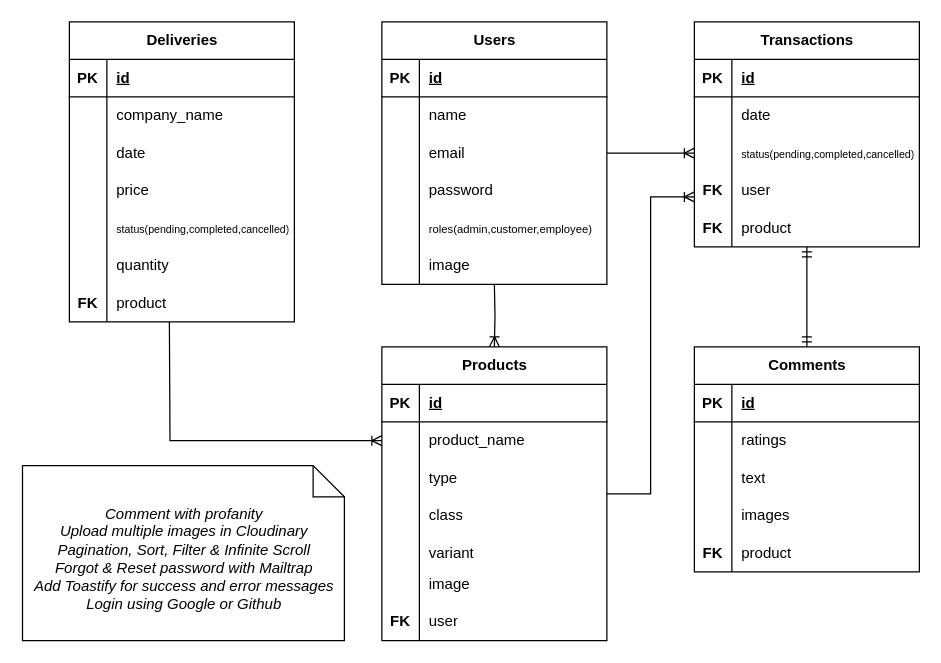
yslaa/Plant-Haven-Api keeps this draw.io diagram as erd/PlantHaven-ERD-V1.drawio. Above is the earlier version. Source tidied: cells renumbered, new cells numbered last; positions are measured from the earlier drawing's top-left corner, leaving out a move shared by most shapes. Both pictures are drawn from the tidied source at 125%, with x=0, y=0 at pixel (21, 21).
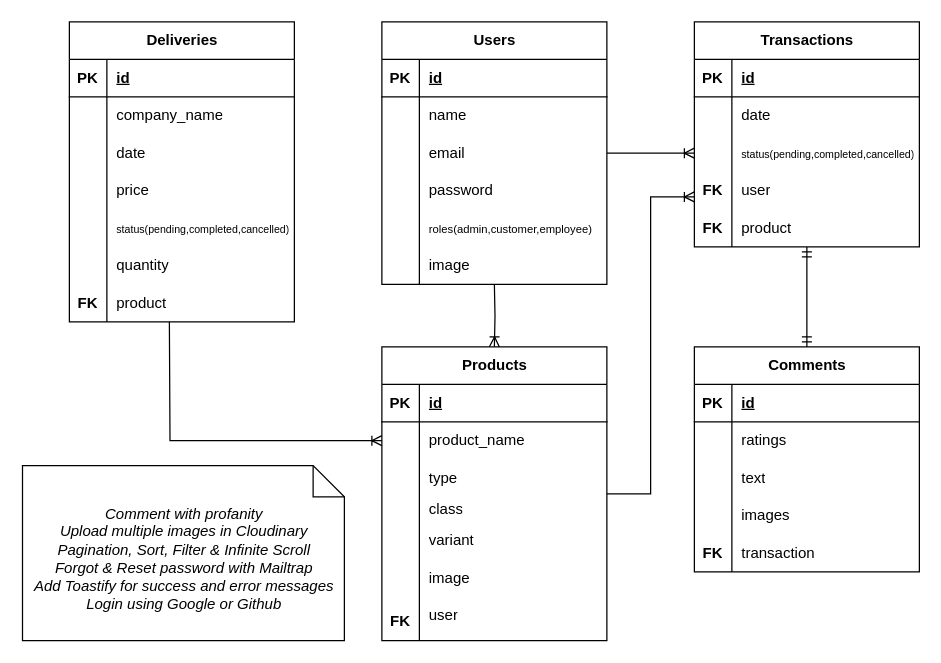
Above is the later version.

Diff of the diagram source:
```diff
@@
     <mxCell id="49" value="class" style="shape=partialRectangle;fillColor=none;top=0;left=0;bottom=0;right=0;align=left;spacingLeft=6;overflow=hidden;whiteSpace=wrap;html=1;" parent="1" vertex="1">
-      <mxGeometry x="318" y="380" width="150" height="30" as="geometry" />
+      <mxGeometry x="318" y="375" width="150" height="30" as="geometry" />
     </mxCell>
     <mxCell id="50" value="&lt;font style=&quot;font-size: 12px;&quot;&gt;variant&lt;/font&gt;" style="shape=partialRectangle;fillColor=none;top=0;left=0;bottom=0;right=0;align=left;spacingLeft=6;overflow=hidden;whiteSpace=wrap;html=1;" parent="1" vertex="1">
-      <mxGeometry x="318" y="410" width="150" height="30" as="geometry" />
+      <mxGeometry x="318" y="400" width="150" height="30" as="geometry" />
     </mxCell>
     <mxCell id="51" value="image" style="shape=partialRectangle;fillColor=none;top=0;left=0;bottom=0;right=0;align=left;spacingLeft=6;overflow=hidden;whiteSpace=wrap;html=1;" parent="1" vertex="1">
-      <mxGeometry x="318" y="435" width="150" height="30" as="geometry" />
+      <mxGeometry x="318" y="430" width="150" height="30" as="geometry" />
     </mxCell>
     <mxCell id="52" value="user" style="shape=partialRectangle;fillColor=none;top=0;left=0;bottom=0;right=0;align=left;spacingLeft=6;overflow=hidden;whiteSpace=wrap;html=1;" parent="1" vertex="1">
-      <mxGeometry x="318" y="465" width="150" height="30" as="geometry" />
+      <mxGeometry x="318" y="460" width="150" height="30" as="geometry" />
     </mxCell>
@@
-    <mxCell id="85" value="product" style="shape=partialRectangle;fillColor=none;top=0;left=0;bottom=0;right=0;align=left;spacingLeft=6;overflow=hidden;whiteSpace=wrap;html=1;" parent="1" vertex="1">
+    <mxCell id="85" value="transaction" style="shape=partialRectangle;fillColor=none;top=0;left=0;bottom=0;right=0;align=left;spacingLeft=6;overflow=hidden;whiteSpace=wrap;html=1;" parent="1" vertex="1">
       <mxGeometry x="568" y="410" width="150" height="30" as="geometry" />
     </mxCell>
```
